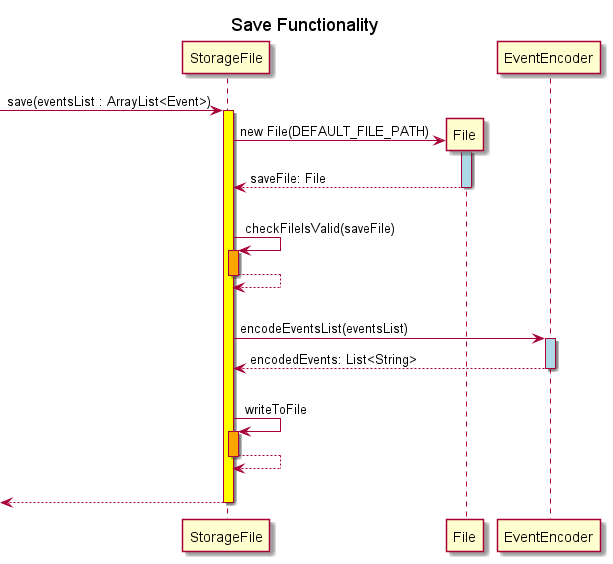
The PlantUML diagram docs/images/SaveDiagram.png in nus-cs2113-AY2122S1/tp, before a commit.
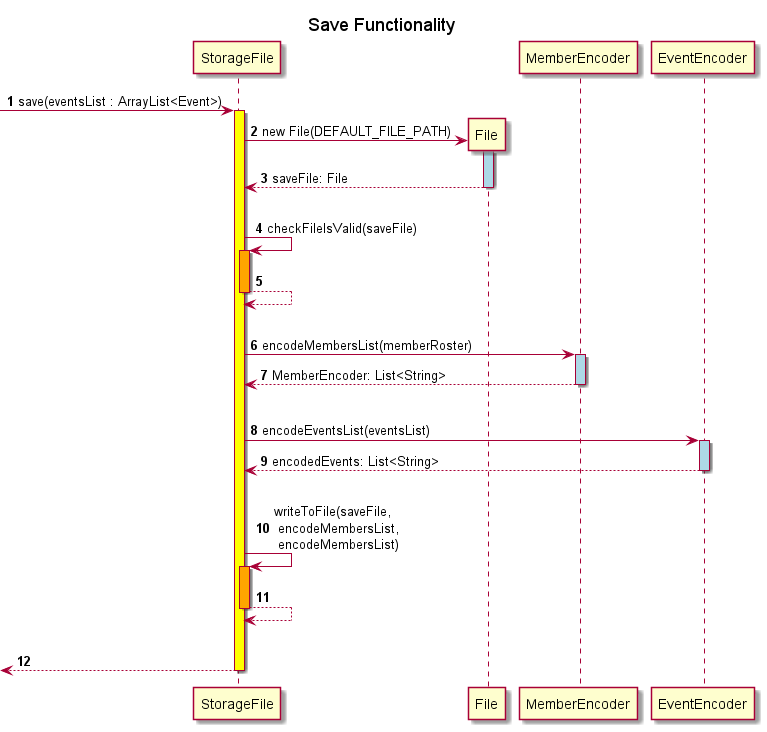
Later version of the same file.

Change to the diagram source:
```diff
@@ -1,4 +1,5 @@
 @startuml
+autonumber
 title Save Functionality
 
 -> StorageFile: save(eventsList : ArrayList<Event>)
@@ -13,11 +14,15 @@
 activate StorageFile #orange
 return
 |||
+StorageFile -> MemberEncoder: encodeMembersList(memberRoster)
+activate MemberEncoder #lightblue
+return MemberEncoder: List<String>
+|||
 StorageFile -> EventEncoder: encodeEventsList(eventsList)
 activate EventEncoder #lightblue
 return encodedEvents: List<String>
 |||
-StorageFile -> StorageFile: writeToFile
+StorageFile -> StorageFile: writeToFile(saveFile,\n encodeMembersList,\n encodeMembersList)
 activate StorageFile #orange
 return
 |||
```
